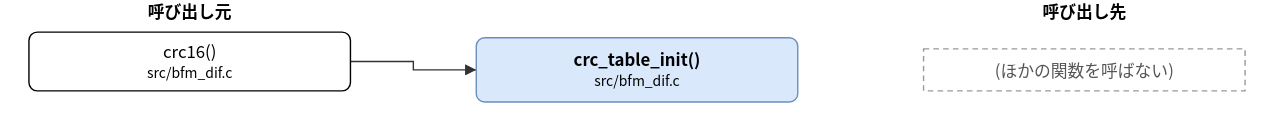
Above: doc/spec/images/call_src_bfm_dif-crc_table_init.drawio.svg in hf355051012-ai/bfmem (draw.io), before the change. Source tidied: cells renumbered, new cells last; positions are measured from the earlier drawing's top-left corner, leaving out a move shared by most shapes.
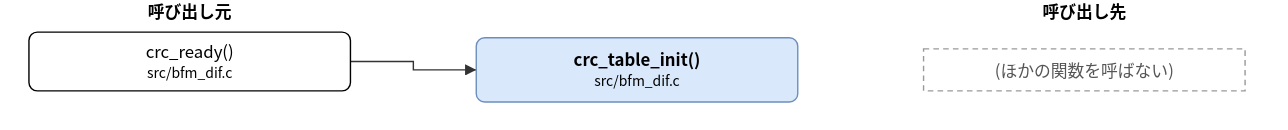
Above is the later version.

Change to the diagram source:
```diff
@@ -5,7 +5,7 @@
     <mxCell id="2" value="crc_table_init()&lt;br&gt;&lt;font style=&quot;font-size:10px&quot;&gt;src/bfm_dif.c&lt;/font&gt;" style="rounded=1;whiteSpace=wrap;html=1;fillColor=#dae8fc;strokeColor=#6c8ebf;fontStyle=1;" parent="1" vertex="1">
       <mxGeometry x="320" y="27" width="230" height="46" as="geometry" />
     </mxCell>
-    <mxCell id="3" value="crc16()&lt;br&gt;&lt;font style=&quot;font-size:10px&quot;&gt;src/bfm_dif.c&lt;/font&gt;" style="rounded=1;whiteSpace=wrap;html=1;" parent="1" vertex="1">
+    <mxCell id="3" value="crc_ready()&lt;br&gt;&lt;font style=&quot;font-size:10px&quot;&gt;src/bfm_dif.c&lt;/font&gt;" style="rounded=1;whiteSpace=wrap;html=1;" parent="1" vertex="1">
       <mxGeometry y="23" width="230" height="42" as="geometry" />
     </mxCell>
     <mxCell id="4" value="(ほかの関数を呼ばない)" style="rounded=0;whiteSpace=wrap;html=1;dashed=1;strokeColor=#999999;fontColor=#555555;dashed=1;" parent="1" vertex="1">
```
